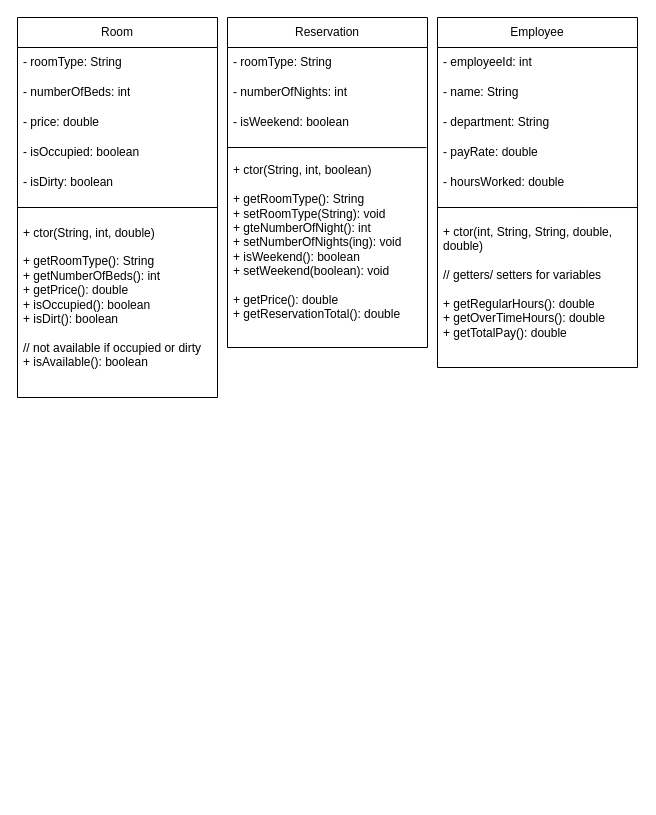
Before: src/main/java/com/pluralsight/Chart.drawio in Jusjam86/hotel-operations, a draw.io diagram. Source tidied: cells renumbered, new cells numbered last; positions are measured from the earlier drawing's top-left corner, leaving out a move shared by most shapes. Both pictures are drawn from the tidied source at 100%, with x=0, y=0 at pixel (17, 17).
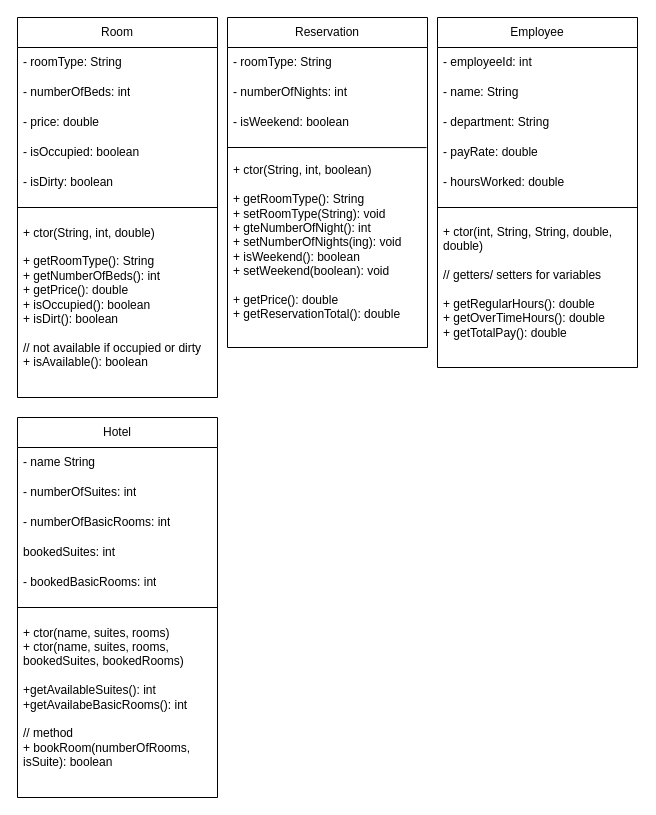
The same page after the edit.

Commit message (it also covers changes not shown here):
fixed wrong text to match expected outcome

Diff of the diagram source:
```diff
@@
+    <mxCell id="24" value="Hotel" style="swimlane;fontStyle=0;horizontal=1;startSize=30;whiteSpace=wrap;html=1;" parent="1" vertex="1">
+      <mxGeometry y="400" width="200" height="380" as="geometry" />
+    </mxCell>
+    <mxCell id="25" value="- name String" style="text;strokeColor=none;fillColor=none;align=left;verticalAlign=middle;spacingLeft=4;spacingRight=4;overflow=hidden;whiteSpace=wrap;html=1;" parent="24" vertex="1">
+      <mxGeometry y="30" width="200" height="30" as="geometry" />
+    </mxCell>
+    <mxCell id="26" value="- numberOfSuites: int" style="text;strokeColor=none;fillColor=none;align=left;verticalAlign=middle;spacingLeft=4;spacingRight=4;overflow=hidden;whiteSpace=wrap;html=1;" parent="24" vertex="1">
+      <mxGeometry y="60" width="200" height="30" as="geometry" />
+    </mxCell>
+    <mxCell id="27" value="- numberOfBasicRooms: int" style="text;strokeColor=none;fillColor=none;align=left;verticalAlign=middle;spacingLeft=4;spacingRight=4;overflow=hidden;whiteSpace=wrap;html=1;" parent="24" vertex="1">
+      <mxGeometry y="90" width="200" height="30" as="geometry" />
+    </mxCell>
+    <mxCell id="28" value="bookedSuites: int" style="text;strokeColor=none;fillColor=none;align=left;verticalAlign=middle;spacingLeft=4;spacingRight=4;overflow=hidden;whiteSpace=wrap;html=1;" parent="24" vertex="1">
+      <mxGeometry y="120" width="200" height="30" as="geometry" />
+    </mxCell>
+    <mxCell id="29" value="- bookedBasicRooms: int" style="text;strokeColor=none;fillColor=none;align=left;verticalAlign=middle;spacingLeft=4;spacingRight=4;overflow=hidden;whiteSpace=wrap;html=1;" parent="24" vertex="1">
+      <mxGeometry y="150" width="200" height="30" as="geometry" />
+    </mxCell>
+    <mxCell id="30" style="endArrow=none;html=1;rounded=0;entryX=1;entryY=0.05;entryDx=0;entryDy=0;entryPerimeter=0;" parent="24" edge="1" target="31">
+      <mxGeometry relative="1" as="geometry">
+        <mxPoint y="190" as="sourcePoint" />
+      </mxGeometry>
+    </mxCell>
+    <mxCell id="31" value="+ ctor(name, suites, rooms)&lt;br&gt;+ ctor(name, suites, rooms, bookedSuites, bookedRooms)&lt;br&gt;&lt;br&gt;+getAvailableSuites(): int&lt;br&gt;+getAvailabeBasicRooms(): int&lt;br&gt;&lt;br&gt;// method&lt;br&gt;+ bookRoom(numberOfRooms, isSuite): boolean" style="text;strokeColor=none;fillColor=none;align=left;verticalAlign=middle;spacingLeft=4;spacingRight=4;overflow=hidden;points=[[0,0.5],[1,0.5]];portConstraint=eastwest;whiteSpace=wrap;html=1;" parent="24" vertex="1">
+      <mxGeometry y="180" width="200" height="200" as="geometry" />
+    </mxCell>
```
